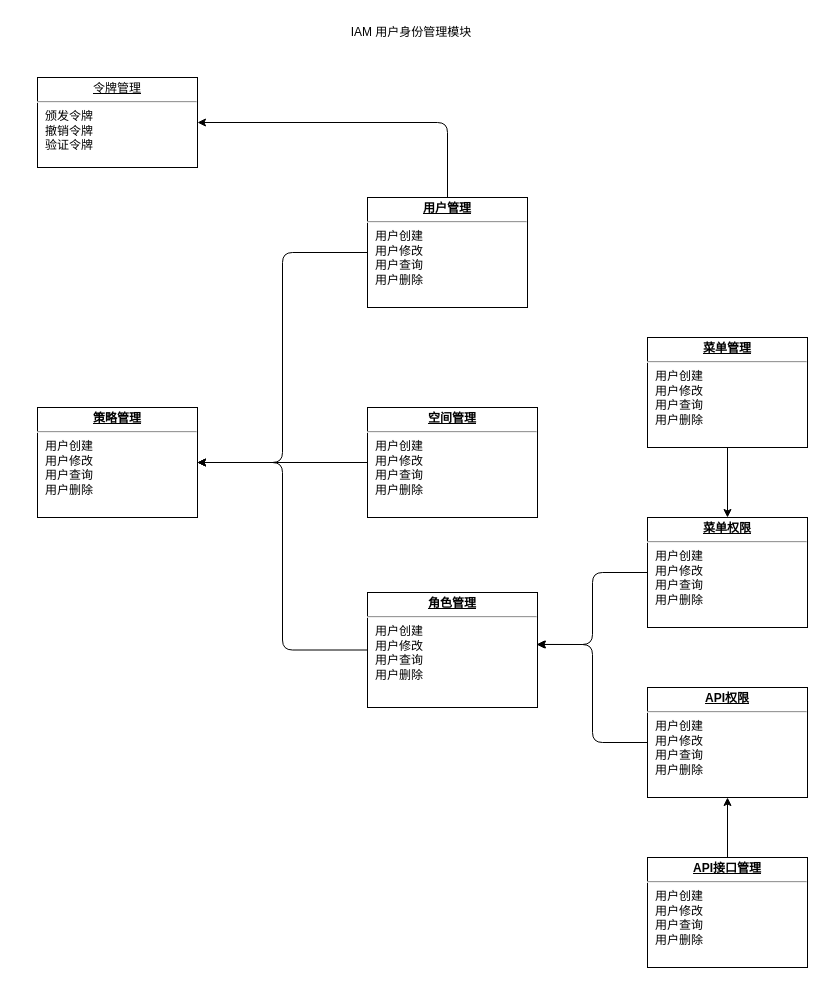
The draw.io diagram iam/docs/arch.drawio in infraboard/modules, before the edit. Source tidied: cells renumbered, new cells numbered last; positions are measured from the earlier drawing's top-left corner, leaving out a move shared by most shapes. Both pictures are drawn from the tidied source at 100%, with x=0, y=0 at pixel (37, 17).
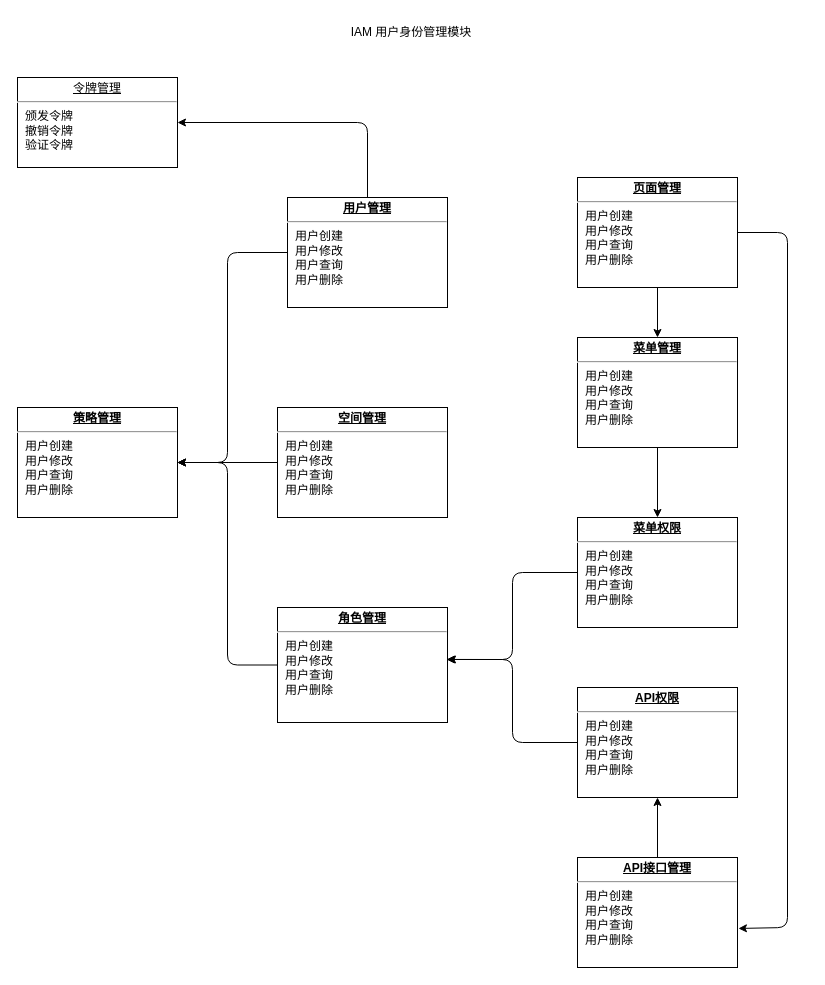
After the change.

What changed in the source:
```diff
@@
     <mxCell id="2" style="edgeStyle=orthogonalEdgeStyle;html=1;exitX=0;exitY=0.5;exitDx=0;exitDy=0;entryX=1;entryY=0.5;entryDx=0;entryDy=0;" parent="1" edge="1" source="4" target="11">
-      <mxGeometry relative="1" as="geometry" />
+      <mxGeometry relative="1" as="geometry">
+        <Array as="points">
+          <mxPoint x="190" y="235" />
+          <mxPoint x="190" y="445" />
+        </Array>
+      </mxGeometry>
     </mxCell>
@@
     <mxCell id="4" value="&lt;p style=&quot;margin:0px;margin-top:4px;text-align:center;text-decoration:underline;&quot;&gt;&lt;b&gt;用户管理&lt;/b&gt;&lt;/p&gt;&lt;hr&gt;&lt;p style=&quot;margin:0px;margin-left:8px;&quot;&gt;用户创建&lt;/p&gt;&lt;p style=&quot;margin:0px;margin-left:8px;&quot;&gt;用户修改&lt;/p&gt;&lt;p style=&quot;margin:0px;margin-left:8px;&quot;&gt;用户查询&lt;/p&gt;&lt;p style=&quot;margin:0px;margin-left:8px;&quot;&gt;用户删除&lt;/p&gt;" style="verticalAlign=top;align=left;overflow=fill;fontSize=12;fontFamily=Helvetica;html=1;" parent="1" vertex="1">
-      <mxGeometry x="330" y="180" width="160" height="110" as="geometry" />
+      <mxGeometry x="250" y="180" width="160" height="110" as="geometry" />
     </mxCell>
     <mxCell id="5" value="&lt;p style=&quot;margin:0px;margin-top:4px;text-align:center;text-decoration:underline;&quot;&gt;令牌管理&lt;/p&gt;&lt;hr&gt;&lt;p style=&quot;margin:0px;margin-left:8px;&quot;&gt;颁发令牌&lt;/p&gt;&lt;p style=&quot;margin:0px;margin-left:8px;&quot;&gt;撤销令牌&lt;/p&gt;&lt;p style=&quot;margin:0px;margin-left:8px;&quot;&gt;验证令牌&lt;br&gt;&lt;/p&gt;" style="verticalAlign=top;align=left;overflow=fill;fontSize=12;fontFamily=Helvetica;html=1;" parent="1" vertex="1">
-      <mxGeometry y="60" width="160" height="90" as="geometry" />
+      <mxGeometry x="-20" y="60" width="160" height="90" as="geometry" />
     </mxCell>
@@
     <mxCell id="7" style="edgeStyle=orthogonalEdgeStyle;html=1;exitX=0;exitY=0.5;exitDx=0;exitDy=0;entryX=1;entryY=0.5;entryDx=0;entryDy=0;" parent="1" edge="1" source="8" target="11">
-      <mxGeometry relative="1" as="geometry" />
+      <mxGeometry relative="1" as="geometry">
+        <Array as="points">
+          <mxPoint x="190" y="648" />
+          <mxPoint x="190" y="445" />
+        </Array>
+      </mxGeometry>
     </mxCell>
     <mxCell id="8" value="&lt;p style=&quot;margin:0px;margin-top:4px;text-align:center;text-decoration:underline;&quot;&gt;&lt;b&gt;角色管理&lt;/b&gt;&lt;/p&gt;&lt;hr&gt;&lt;p style=&quot;margin:0px;margin-left:8px;&quot;&gt;用户创建&lt;/p&gt;&lt;p style=&quot;margin:0px;margin-left:8px;&quot;&gt;用户修改&lt;/p&gt;&lt;p style=&quot;margin:0px;margin-left:8px;&quot;&gt;用户查询&lt;/p&gt;&lt;p style=&quot;margin:0px;margin-left:8px;&quot;&gt;用户删除&lt;/p&gt;" style="verticalAlign=top;align=left;overflow=fill;fontSize=12;fontFamily=Helvetica;html=1;" parent="1" vertex="1">
-      <mxGeometry x="330" y="575" width="170" height="115" as="geometry" />
+      <mxGeometry x="240" y="590" width="170" height="115" as="geometry" />
     </mxCell>
@@
     <mxCell id="10" value="&lt;p style=&quot;margin:0px;margin-top:4px;text-align:center;text-decoration:underline;&quot;&gt;&lt;b&gt;空间管理&lt;/b&gt;&lt;/p&gt;&lt;hr&gt;&lt;p style=&quot;margin:0px;margin-left:8px;&quot;&gt;用户创建&lt;/p&gt;&lt;p style=&quot;margin:0px;margin-left:8px;&quot;&gt;用户修改&lt;/p&gt;&lt;p style=&quot;margin:0px;margin-left:8px;&quot;&gt;用户查询&lt;/p&gt;&lt;p style=&quot;margin:0px;margin-left:8px;&quot;&gt;用户删除&lt;/p&gt;" style="verticalAlign=top;align=left;overflow=fill;fontSize=12;fontFamily=Helvetica;html=1;" parent="1" vertex="1">
-      <mxGeometry x="330" y="390" width="170" height="110" as="geometry" />
+      <mxGeometry x="240" y="390" width="170" height="110" as="geometry" />
     </mxCell>
     <mxCell id="11" value="&lt;p style=&quot;margin:0px;margin-top:4px;text-align:center;text-decoration:underline;&quot;&gt;&lt;b&gt;策略管理&lt;/b&gt;&lt;/p&gt;&lt;hr&gt;&lt;p style=&quot;margin:0px;margin-left:8px;&quot;&gt;用户创建&lt;/p&gt;&lt;p style=&quot;margin:0px;margin-left:8px;&quot;&gt;用户修改&lt;/p&gt;&lt;p style=&quot;margin:0px;margin-left:8px;&quot;&gt;用户查询&lt;/p&gt;&lt;p style=&quot;margin:0px;margin-left:8px;&quot;&gt;用户删除&lt;/p&gt;" style="verticalAlign=top;align=left;overflow=fill;fontSize=12;fontFamily=Helvetica;html=1;" parent="1" vertex="1">
-      <mxGeometry y="390" width="160" height="110" as="geometry" />
+      <mxGeometry x="-20" y="390" width="160" height="110" as="geometry" />
     </mxCell>
@@
     <mxCell id="13" value="&lt;p style=&quot;margin:0px;margin-top:4px;text-align:center;text-decoration:underline;&quot;&gt;&lt;b&gt;菜单权限&lt;/b&gt;&lt;/p&gt;&lt;hr&gt;&lt;p style=&quot;margin:0px;margin-left:8px;&quot;&gt;用户创建&lt;/p&gt;&lt;p style=&quot;margin:0px;margin-left:8px;&quot;&gt;用户修改&lt;/p&gt;&lt;p style=&quot;margin:0px;margin-left:8px;&quot;&gt;用户查询&lt;/p&gt;&lt;p style=&quot;margin:0px;margin-left:8px;&quot;&gt;用户删除&lt;/p&gt;" style="verticalAlign=top;align=left;overflow=fill;fontSize=12;fontFamily=Helvetica;html=1;" parent="1" vertex="1">
-      <mxGeometry x="610" y="500" width="160" height="110" as="geometry" />
+      <mxGeometry x="540" y="500" width="160" height="110" as="geometry" />
     </mxCell>
@@
     <mxCell id="15" value="&lt;p style=&quot;margin:0px;margin-top:4px;text-align:center;text-decoration:underline;&quot;&gt;&lt;b&gt;API权限&lt;/b&gt;&lt;/p&gt;&lt;hr&gt;&lt;p style=&quot;margin:0px;margin-left:8px;&quot;&gt;用户创建&lt;/p&gt;&lt;p style=&quot;margin:0px;margin-left:8px;&quot;&gt;用户修改&lt;/p&gt;&lt;p style=&quot;margin:0px;margin-left:8px;&quot;&gt;用户查询&lt;/p&gt;&lt;p style=&quot;margin:0px;margin-left:8px;&quot;&gt;用户删除&lt;/p&gt;" style="verticalAlign=top;align=left;overflow=fill;fontSize=12;fontFamily=Helvetica;html=1;" parent="1" vertex="1">
-      <mxGeometry x="610" y="670" width="160" height="110" as="geometry" />
+      <mxGeometry x="540" y="670" width="160" height="110" as="geometry" />
     </mxCell>
@@
     <mxCell id="17" value="&lt;p style=&quot;margin:0px;margin-top:4px;text-align:center;text-decoration:underline;&quot;&gt;&lt;b&gt;API接口管理&lt;/b&gt;&lt;/p&gt;&lt;hr&gt;&lt;p style=&quot;margin:0px;margin-left:8px;&quot;&gt;用户创建&lt;/p&gt;&lt;p style=&quot;margin:0px;margin-left:8px;&quot;&gt;用户修改&lt;/p&gt;&lt;p style=&quot;margin:0px;margin-left:8px;&quot;&gt;用户查询&lt;/p&gt;&lt;p style=&quot;margin:0px;margin-left:8px;&quot;&gt;用户删除&lt;/p&gt;" style="verticalAlign=top;align=left;overflow=fill;fontSize=12;fontFamily=Helvetica;html=1;" parent="1" vertex="1">
-      <mxGeometry x="610" y="840" width="160" height="110" as="geometry" />
+      <mxGeometry x="540" y="840" width="160" height="110" as="geometry" />
     </mxCell>
@@
     <mxCell id="19" value="&lt;p style=&quot;margin:0px;margin-top:4px;text-align:center;text-decoration:underline;&quot;&gt;&lt;b&gt;菜单管理&lt;/b&gt;&lt;/p&gt;&lt;hr&gt;&lt;p style=&quot;margin:0px;margin-left:8px;&quot;&gt;用户创建&lt;/p&gt;&lt;p style=&quot;margin:0px;margin-left:8px;&quot;&gt;用户修改&lt;/p&gt;&lt;p style=&quot;margin:0px;margin-left:8px;&quot;&gt;用户查询&lt;/p&gt;&lt;p style=&quot;margin:0px;margin-left:8px;&quot;&gt;用户删除&lt;/p&gt;" style="verticalAlign=top;align=left;overflow=fill;fontSize=12;fontFamily=Helvetica;html=1;" parent="1" vertex="1">
-      <mxGeometry x="610" y="320" width="160" height="110" as="geometry" />
+      <mxGeometry x="540" y="320" width="160" height="110" as="geometry" />
     </mxCell>
+    <mxCell id="20" style="edgeStyle=none;html=1;exitX=0.5;exitY=1;exitDx=0;exitDy=0;entryX=0.5;entryY=0;entryDx=0;entryDy=0;" parent="1" edge="1" source="22" target="19">
+      <mxGeometry relative="1" as="geometry" />
+    </mxCell>
+    <mxCell id="21" style="edgeStyle=orthogonalEdgeStyle;html=1;exitX=1;exitY=0.5;exitDx=0;exitDy=0;entryX=1.006;entryY=0.645;entryDx=0;entryDy=0;entryPerimeter=0;" parent="1" edge="1" source="22" target="17">
+      <mxGeometry relative="1" as="geometry">
+        <Array as="points">
+          <mxPoint x="750" y="215" />
+          <mxPoint x="750" y="910" />
+        </Array>
+      </mxGeometry>
+    </mxCell>
+    <mxCell id="22" value="&lt;p style=&quot;margin:0px;margin-top:4px;text-align:center;text-decoration:underline;&quot;&gt;&lt;b&gt;页面管理&lt;/b&gt;&lt;/p&gt;&lt;hr&gt;&lt;p style=&quot;margin:0px;margin-left:8px;&quot;&gt;用户创建&lt;/p&gt;&lt;p style=&quot;margin:0px;margin-left:8px;&quot;&gt;用户修改&lt;/p&gt;&lt;p style=&quot;margin:0px;margin-left:8px;&quot;&gt;用户查询&lt;/p&gt;&lt;p style=&quot;margin:0px;margin-left:8px;&quot;&gt;用户删除&lt;/p&gt;" style="verticalAlign=top;align=left;overflow=fill;fontSize=12;fontFamily=Helvetica;html=1;" parent="1" vertex="1">
+      <mxGeometry x="540" y="160" width="160" height="110" as="geometry" />
+    </mxCell>
```
